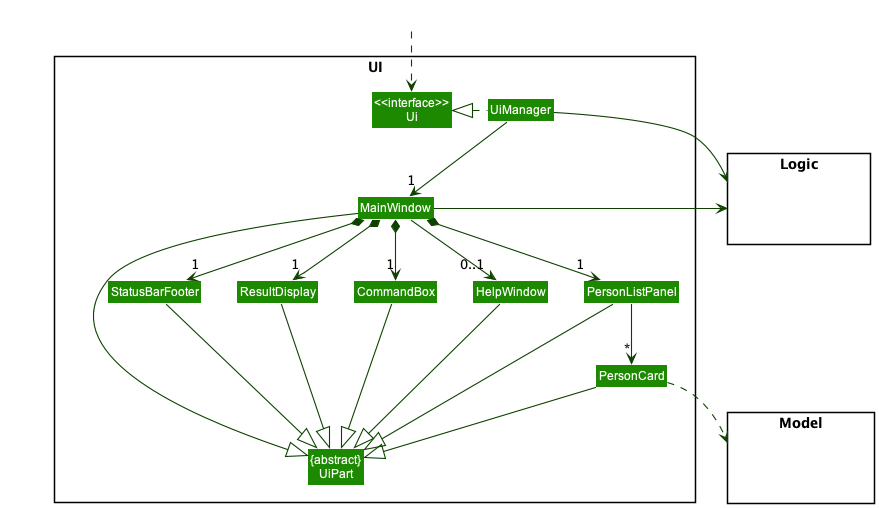
Earlier version of the PlantUML export docs/images/UiClassDiagram.png (nus-cs2103-AY2223S1/tp).
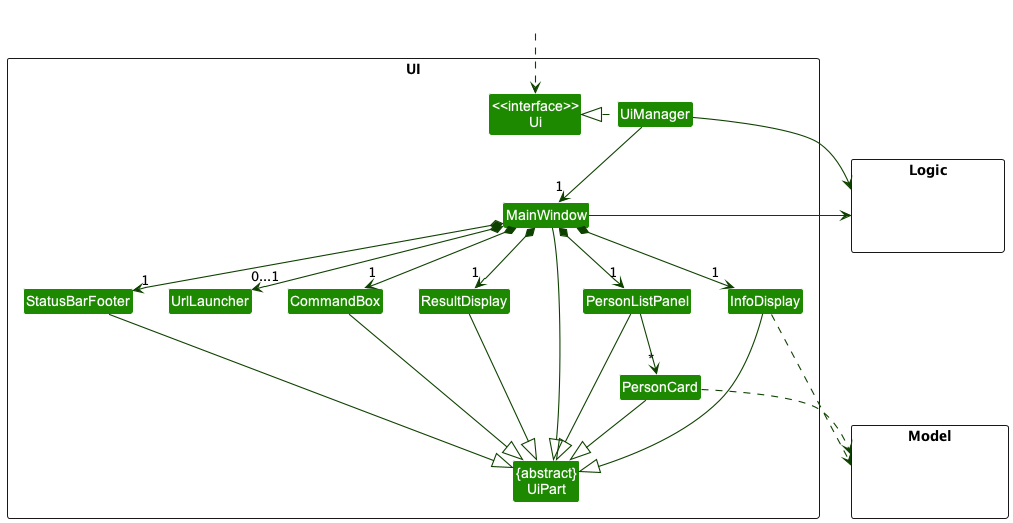
Above is the later version.

The edit, as a diff of the source:
```diff
@@ -9,8 +9,9 @@
 Class "{abstract}\nUiPart" as UiPart
 Class UiManager
 Class MainWindow
-Class HelpWindow
 Class ResultDisplay
+Class InfoDisplay
+Class UrlLauncher
 Class PersonListPanel
 Class PersonCard
 Class StatusBarFooter
@@ -32,29 +33,31 @@
 UiManager -down-> "1" MainWindow
 MainWindow *-down->  "1" CommandBox
 MainWindow *-down-> "1" ResultDisplay
+MainWindow *-down-> "1" InfoDisplay
 MainWindow *-down-> "1" PersonListPanel
 MainWindow *-down-> "1" StatusBarFooter
-MainWindow --> "0..1" HelpWindow
+MainWindow *-down-> "0...1" UrlLauncher
 
 PersonListPanel -down-> "*" PersonCard
 
 MainWindow -left-|> UiPart
 
 ResultDisplay --|> UiPart
+InfoDisplay --|> UiPart
 CommandBox --|> UiPart
 PersonListPanel --|> UiPart
 PersonCard --|> UiPart
 StatusBarFooter --|> UiPart
-HelpWindow --|> UiPart
 
 PersonCard ..> Model
+InfoDisplay ..> Model
 UiManager -right-> Logic
 MainWindow -left-> Logic
 
-PersonListPanel -[hidden]left- HelpWindow
-HelpWindow -[hidden]left- CommandBox
 CommandBox -[hidden]left- ResultDisplay
 ResultDisplay -[hidden]left- StatusBarFooter
+InfoDisplay -[hidden]left- PersonListPanel
+UrlLauncher -[hidden]left- StatusBarFooter
 
 MainWindow -[hidden]-|> UiPart
 @enduml
```
